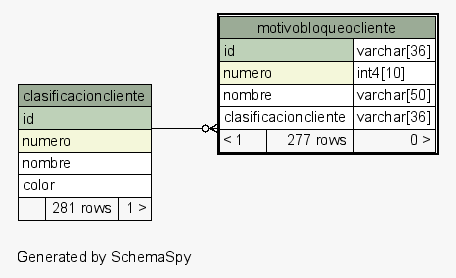
This is postgresql/schemaSpy/salida/diagrams/motivobloqueocliente.1degree.png from diegopablomansilla/massoftware_front, a Graphviz export, as it was before one commit. Its source is kept beside it as postgresql/schemaSpy/salida/diagrams/motivobloqueocliente.1degree.dot.
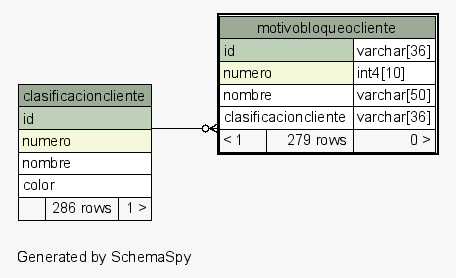
After the commit.

The edit, as a diff of the source:
```diff
@@ -26,7 +26,7 @@
       <TR><TD PORT="numero" COLSPAN="3" BGCOLOR="#f4f7da" ALIGN="LEFT">numero</TD></TR>
       <TR><TD PORT="nombre" COLSPAN="3" ALIGN="LEFT">nombre</TD></TR>
       <TR><TD PORT="color" COLSPAN="3" ALIGN="LEFT">color</TD></TR>
-      <TR><TD ALIGN="LEFT" BGCOLOR="#f7f7f7">  </TD><TD ALIGN="RIGHT" BGCOLOR="#f7f7f7">281 rows</TD><TD ALIGN="RIGHT" BGCOLOR="#f7f7f7">1 &gt;</TD></TR>
+      <TR><TD ALIGN="LEFT" BGCOLOR="#f7f7f7">  </TD><TD ALIGN="RIGHT" BGCOLOR="#f7f7f7">286 rows</TD><TD ALIGN="RIGHT" BGCOLOR="#f7f7f7">1 &gt;</TD></TR>
     </TABLE>>
     URL="clasificacioncliente.html"
     tooltip="clasificacioncliente"
@@ -39,7 +39,7 @@
       <TR><TD PORT="numero" COLSPAN="2" BGCOLOR="#f4f7da" ALIGN="LEFT">numero</TD><TD PORT="numero.type" ALIGN="LEFT">int4[10]</TD></TR>
       <TR><TD PORT="nombre" COLSPAN="2" ALIGN="LEFT">nombre</TD><TD PORT="nombre.type" ALIGN="LEFT">varchar[50]</TD></TR>
       <TR><TD PORT="clasificacioncliente" COLSPAN="2" ALIGN="LEFT">clasificacioncliente</TD><TD PORT="clasificacioncliente.type" ALIGN="LEFT">varchar[36]</TD></TR>
-      <TR><TD ALIGN="LEFT" BGCOLOR="#f7f7f7">&lt; 1</TD><TD ALIGN="RIGHT" BGCOLOR="#f7f7f7">277 rows</TD><TD ALIGN="RIGHT" BGCOLOR="#f7f7f7">0 &gt;</TD></TR>
+      <TR><TD ALIGN="LEFT" BGCOLOR="#f7f7f7">&lt; 1</TD><TD ALIGN="RIGHT" BGCOLOR="#f7f7f7">279 rows</TD><TD ALIGN="RIGHT" BGCOLOR="#f7f7f7">0 &gt;</TD></TR>
     </TABLE>>
     URL="motivobloqueocliente.html"
     tooltip="motivobloqueocliente"
```
